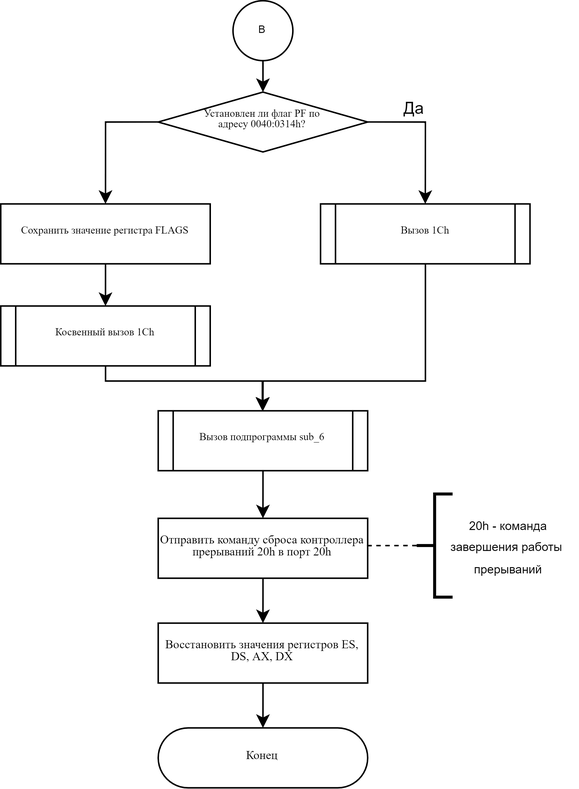
Earlier version of the draw.io export lab_01/img/int_8h-4.png (Mansurow/bmstu-iu7-OS). Source tidied: cells renumbered, new cells last; positions are measured from the earlier drawing's top-left corner, leaving out a move shared by most shapes.
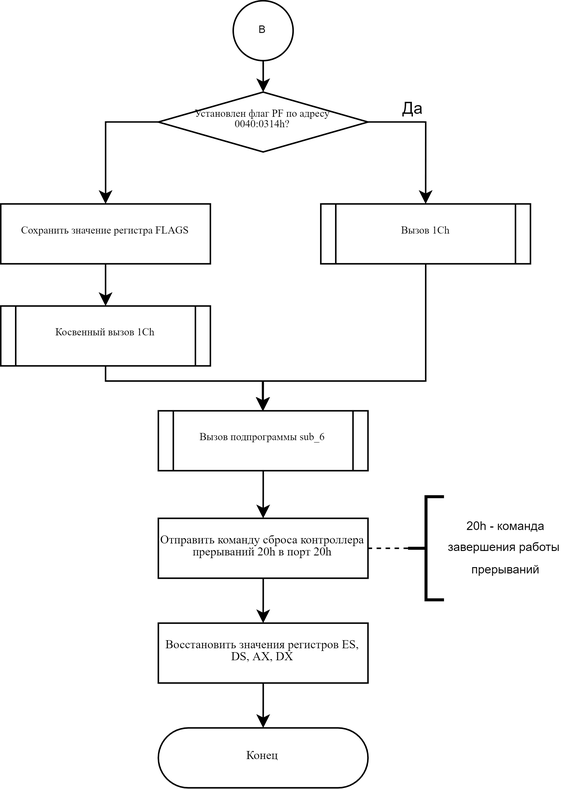
After the commit.

Change to the diagram source:
```diff
@@ -66,12 +66,12 @@
       <mxGeometry relative="1" as="geometry" />
     </mxCell>
     <mxCell id="19" style="strokeWidth=2;html=1;shape=mxgraph.flowchart.annotation_2;align=left;labelPosition=right;" parent="1" vertex="1">
-      <mxGeometry x="278" y="329.4" width="24" height="68.9" as="geometry" />
+      <mxGeometry x="272" y="331.3" width="24" height="68.9" as="geometry" />
     </mxCell>
     <mxCell id="20" value="&lt;font style=&quot;font-size: 8px;&quot;&gt;20h - команда&lt;br&gt;завершения работы &lt;br&gt;прерываний&lt;/font&gt;" style="text;html=1;align=center;verticalAlign=middle;strokeColor=none;fillColor=none;" parent="1" vertex="1">
-      <mxGeometry x="292" y="336.4" width="93" height="55" as="geometry" />
+      <mxGeometry x="290" y="336.4" width="93" height="55" as="geometry" />
     </mxCell>
-    <mxCell id="21" value="&lt;p style=&quot;line-height: 1; font-size: 7px;&quot;&gt;&lt;font style=&quot;font-size: 7px;&quot;&gt;Установлен ли флаг PF по адресу 0040:0314h?&lt;/font&gt;&lt;/p&gt;" style="shape=(stored shape, 368 characters);whiteSpace=wrap;html=1;fontFamily=Times New Roman;fontSize=7;spacingBottom=4;rounded=0;shadow=0;sketch=0;spacingLeft=20;spacingRight=20;" parent="1" vertex="1">
+    <mxCell id="21" value="&lt;p style=&quot;line-height: 1; font-size: 7px;&quot;&gt;&lt;font style=&quot;font-size: 7px;&quot;&gt;Установлен флаг PF по адресу 0040:0314h?&lt;/font&gt;&lt;/p&gt;" style="shape=(stored shape, 368 characters);whiteSpace=wrap;html=1;fontFamily=Times New Roman;fontSize=7;spacingBottom=4;rounded=0;shadow=0;sketch=0;spacingLeft=20;spacingRight=20;" parent="1" vertex="1">
       <mxGeometry x="105.2" y="61" width="140" height="40" as="geometry" />
     </mxCell>
     <mxCell id="22" style="edgeStyle=orthogonalEdgeStyle;rounded=0;jettySize=auto;html=1;entryX=0.5;entryY=0;entryDx=0;entryDy=0;strokeWidth=1;endArrow=classic;endFill=1;" parent="1" edge="1" source="23" target="21">
```
